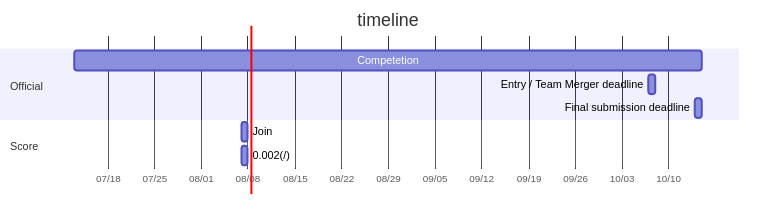
mmiyahara/kaggle-brain-tumor keeps this Mermaid diagram as assets/diagram.png. Above is the earlier version. Its source is kept beside it as assets/diagram.mmd.
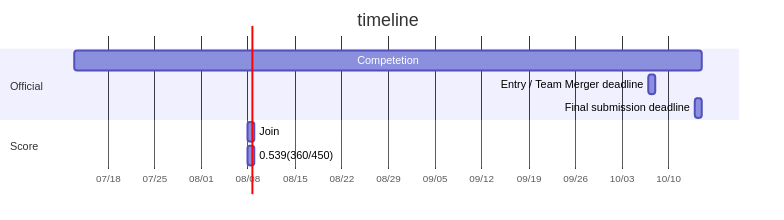
Later version of the same file.

The edit, as a diff of the source:
```diff
@@ -8,5 +8,5 @@
   Final submission deadline: a2, 2021-10-14, 2021-10-15
 
   section Score
-  Join:2021-08-07, 2021-08-08
-  0.002(/): 2021-08-07, 2021-08-08
+  Join:2021-08-08, 2021-08-09
+  0.539(360/450): 2021-08-08, 2021-08-09
```
